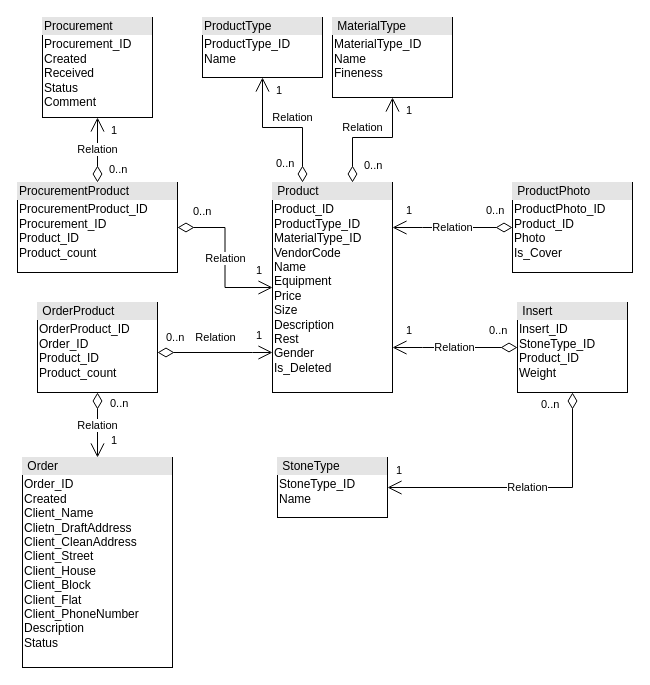
Earlier version of the draw.io diagram ER-diagram-v5.drawio (omelchenkopete/SA). Source tidied: cells renumbered, new cells numbered last; positions are measured from the earlier drawing's top-left corner, leaving out a move shared by most shapes. Both pictures are drawn from the tidied source at 100%, with x=0, y=0 at pixel (17, 17).
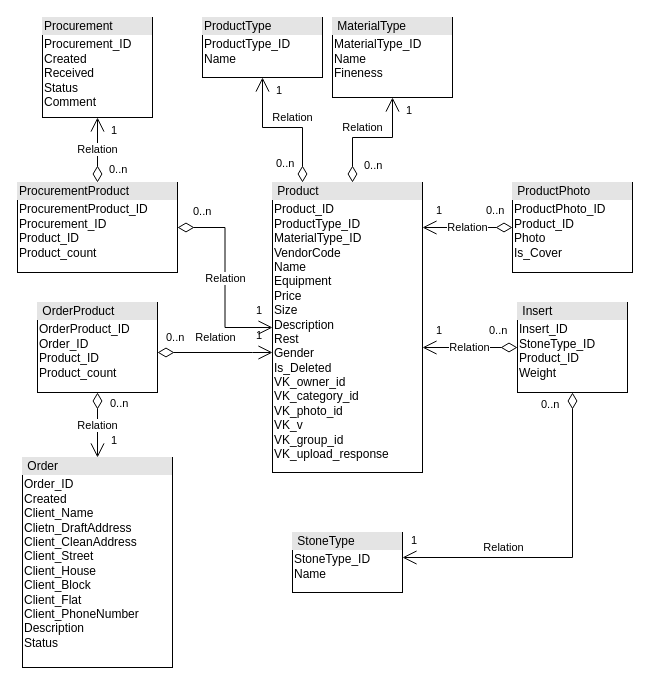
After the change.

Unchanged cells that the change refers to:
```xml
<mxCell id="4" value="&lt;div style=&quot;box-sizing:border-box;width:100%;background:#e4e4e4;padding:2px;&quot;&gt;&amp;nbsp;Insert&lt;/div&gt;&lt;table style=&quot;width:100%;font-size:1em;&quot; cellpadding=&quot;2&quot; cellspacing=&quot;0&quot;&gt;&lt;tbody&gt;&lt;tr&gt;&lt;td&gt;Insert_ID&lt;br&gt;StoneType_ID&lt;br&gt;Product_ID&lt;br&gt;Weight&lt;br&gt;&lt;/td&gt;&lt;td&gt;&lt;/td&gt;&lt;/tr&gt;&lt;/tbody&gt;&lt;/table&gt;" style="verticalAlign=top;align=left;overflow=fill;html=1;whiteSpace=wrap;strokeColor=default;gradientColor=none;fillColor=default;rounded=0;glass=0;shadow=0;noLabel=0;portConstraintRotation=0;snapToPoint=0;fixDash=0;enumerate=0;comic=0;" parent="1" vertex="1">
  <mxGeometry x="500" y="285" width="110" height="90" as="geometry" />
</mxCell>
```

The edit, as a diff of the source:
```diff
@@
-    <mxCell id="2" value="&lt;div style=&quot;box-sizing:border-box;width:100%;background:#e4e4e4;padding:2px;&quot;&gt;&amp;nbsp;Product&lt;/div&gt;&lt;table style=&quot;width:100%;font-size:1em;&quot; cellpadding=&quot;2&quot; cellspacing=&quot;0&quot;&gt;&lt;tbody&gt;&lt;tr&gt;&lt;td&gt;Product_ID&lt;br&gt;ProductType_ID&lt;br&gt;MaterialType_ID&lt;br&gt;VendorCode&lt;br&gt;Name&lt;br&gt;Equipment&lt;br&gt;Price&lt;br&gt;Size&lt;br&gt;Description&lt;br&gt;Rest&lt;br&gt;Gender&lt;br&gt;Is_Deleted&lt;br&gt;&lt;/td&gt;&lt;td&gt;&lt;/td&gt;&lt;/tr&gt;&lt;/tbody&gt;&lt;/table&gt;" style="verticalAlign=top;align=left;overflow=fill;html=1;whiteSpace=wrap;strokeColor=default;gradientColor=none;fillColor=default;rounded=0;glass=0;shadow=0;noLabel=0;portConstraintRotation=0;snapToPoint=0;fixDash=0;enumerate=0;comic=0;" parent="1" vertex="1">
-      <mxGeometry x="255" y="165" width="120" height="210" as="geometry" />
+    <mxCell id="2" value="&lt;div style=&quot;box-sizing:border-box;width:100%;background:#e4e4e4;padding:2px;&quot;&gt;&amp;nbsp;Product&lt;/div&gt;&lt;table style=&quot;width:100%;font-size:1em;&quot; cellpadding=&quot;2&quot; cellspacing=&quot;0&quot;&gt;&lt;tbody&gt;&lt;tr&gt;&lt;td&gt;Product_ID&lt;br&gt;ProductType_ID&lt;br&gt;MaterialType_ID&lt;br&gt;VendorCode&lt;br&gt;Name&lt;br&gt;Equipment&lt;br&gt;Price&lt;br&gt;Size&lt;br&gt;Description&lt;br&gt;Rest&lt;br&gt;Gender&lt;br&gt;Is_Deleted&lt;br&gt;VK_owner_id&lt;div&gt;VK_category_id&lt;/div&gt;&lt;div&gt;VK_photo_id&lt;/div&gt;&lt;div&gt;VK_v&lt;/div&gt;&lt;div&gt;VK_group_id&lt;/div&gt;&lt;div&gt;VK_upload_response&lt;/div&gt;&lt;/td&gt;&lt;td&gt;&lt;/td&gt;&lt;/tr&gt;&lt;/tbody&gt;&lt;/table&gt;" style="verticalAlign=top;align=left;overflow=fill;html=1;whiteSpace=wrap;strokeColor=default;gradientColor=none;fillColor=default;rounded=0;glass=0;shadow=0;noLabel=0;portConstraintRotation=0;snapToPoint=0;fixDash=0;enumerate=0;comic=0;" parent="1" vertex="1">
+      <mxGeometry x="255" y="165" width="150" height="290" as="geometry" />
     </mxCell>
@@
     <mxCell id="5" value="&lt;div style=&quot;box-sizing:border-box;width:100%;background:#e4e4e4;padding:2px;&quot;&gt;&amp;nbsp;StoneType&lt;/div&gt;&lt;table style=&quot;width:100%;font-size:1em;&quot; cellpadding=&quot;2&quot; cellspacing=&quot;0&quot;&gt;&lt;tbody&gt;&lt;tr&gt;&lt;td&gt;StoneType_ID&lt;br&gt;Name&lt;br&gt;&lt;/td&gt;&lt;td&gt;&lt;/td&gt;&lt;/tr&gt;&lt;/tbody&gt;&lt;/table&gt;" style="verticalAlign=top;align=left;overflow=fill;html=1;whiteSpace=wrap;strokeColor=default;gradientColor=none;fillColor=default;rounded=0;glass=0;shadow=0;noLabel=0;portConstraintRotation=0;snapToPoint=0;fixDash=0;enumerate=0;comic=0;" parent="1" vertex="1">
-      <mxGeometry x="260" y="440" width="110" height="60" as="geometry" />
+      <mxGeometry x="275" y="515" width="110" height="60" as="geometry" />
     </mxCell>
@@
     <mxCell id="20" value="Relation" style="endArrow=open;html=1;endSize=12;startArrow=diamondThin;startSize=14;startFill=0;edgeStyle=orthogonalEdgeStyle;rounded=0;" parent="1" edge="1" source="4" target="5">
-      <mxGeometry relative="1" as="geometry">
+      <mxGeometry x="0.4" y="-10" relative="1" as="geometry">
         <Array as="points">
-          <mxPoint x="555" y="470" />
+          <mxPoint x="555" y="540" />
         </Array>
       </mxGeometry>
     </mxCell>
```
